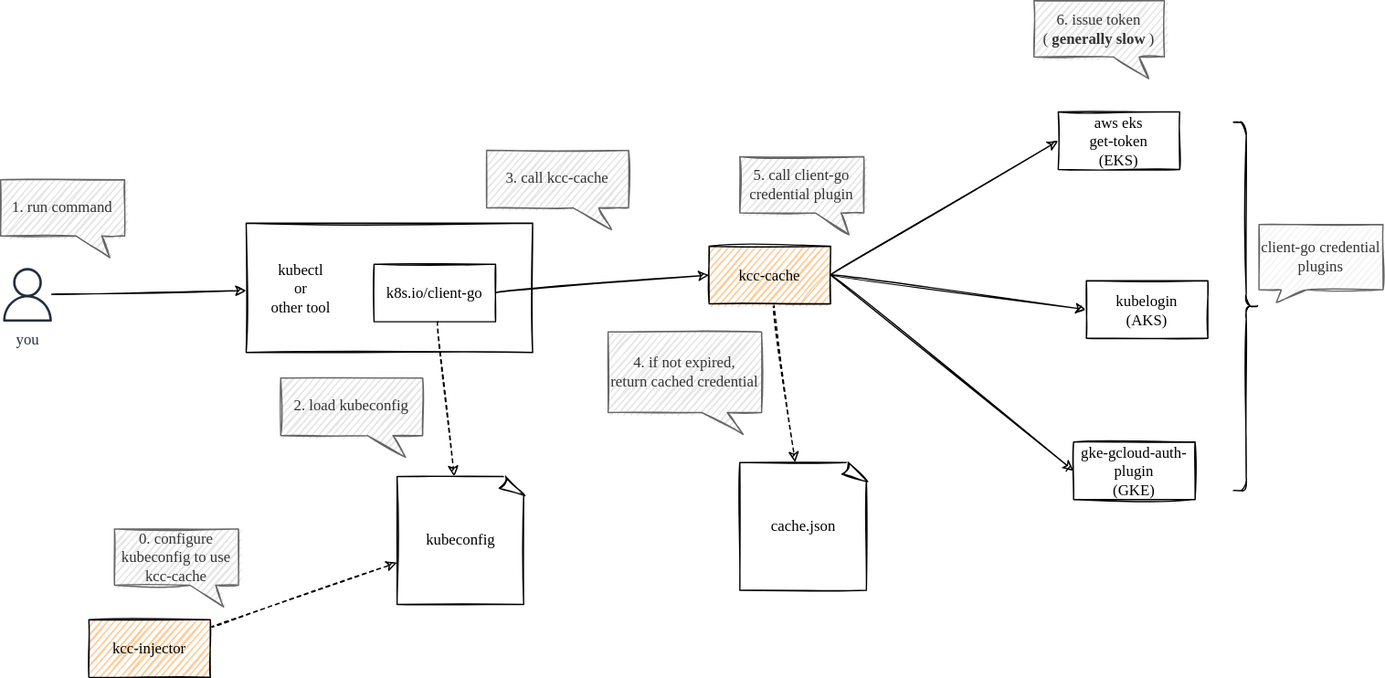
ryodocx/kube-credential-cache keeps this draw.io diagram as docs/summary.drawio.svg. Above is the earlier version. Source tidied: cells renumbered, new cells last; positions are measured from the earlier drawing's top-left corner, leaving out a move shared by most shapes. The source it was exported from:
```xml
<mxGraphModel background="#ffffff">
  <root>
    <mxCell id="0" />
    <mxCell id="1" parent="0" />
    <mxCell id="2" style="group;" parent="1" vertex="1">
      <mxGeometry x="192" y="174" width="224" height="101" as="geometry" />
    </mxCell>
    <mxCell id="3" style="rounded=0;whiteSpace=wrap;html=1;sketch=1;align=left;fontFamily=Comic Sans MS;" parent="2" vertex="1">
      <mxGeometry width="224" height="101" as="geometry" />
    </mxCell>
    <mxCell id="4" value="&lt;span style=&quot;font-size: 12px ; text-align: left&quot;&gt;&amp;nbsp; &amp;nbsp; &amp;nbsp;kubectl&lt;/span&gt;&lt;br style=&quot;font-size: 12px ; text-align: left&quot;&gt;&lt;span style=&quot;font-size: 12px ; text-align: left&quot;&gt;&amp;nbsp; &amp;nbsp; &amp;nbsp;or&lt;/span&gt;&lt;br style=&quot;font-size: 12px ; text-align: left&quot;&gt;&lt;span style=&quot;font-size: 12px ; text-align: left&quot;&gt;&amp;nbsp; &amp;nbsp; &amp;nbsp;other tool&lt;/span&gt;" style="text;html=1;strokeColor=none;fillColor=none;align=center;verticalAlign=middle;whiteSpace=wrap;rounded=0;sketch=1;fontFamily=Comic Sans MS;fontSize=12;fontColor=default;" parent="2" vertex="1">
      <mxGeometry y="24" width="86" height="53" as="geometry" />
    </mxCell>
    <mxCell id="5" style="edgeStyle=none;curved=1;sketch=1;html=1;entryX=0;entryY=0.5;entryDx=0;entryDy=0;exitX=1;exitY=0.5;exitDx=0;exitDy=0;fontFamily=Comic Sans MS;" parent="1" edge="1" source="9" target="13">
      <mxGeometry relative="1" as="geometry" />
    </mxCell>
    <mxCell id="6" style="edgeStyle=none;curved=1;sketch=1;html=1;entryX=0;entryY=0.5;entryDx=0;entryDy=0;exitX=1;exitY=0.5;exitDx=0;exitDy=0;fontFamily=Comic Sans MS;" parent="1" edge="1" source="9" target="15">
      <mxGeometry relative="1" as="geometry" />
    </mxCell>
    <mxCell id="7" style="edgeStyle=none;curved=1;sketch=1;html=1;entryX=0;entryY=0.5;entryDx=0;entryDy=0;exitX=1;exitY=0.5;exitDx=0;exitDy=0;fontFamily=Comic Sans MS;" parent="1" edge="1" source="9" target="14">
      <mxGeometry relative="1" as="geometry" />
    </mxCell>
    <mxCell id="8" style="edgeStyle=none;curved=1;sketch=1;html=1;fontFamily=Comic Sans MS;fontSize=12;fontColor=default;dashed=1;" parent="1" edge="1" source="9" target="20">
      <mxGeometry relative="1" as="geometry" />
    </mxCell>
    <mxCell id="9" value="kcc-cache" style="rounded=0;whiteSpace=wrap;html=1;sketch=1;fontFamily=Comic Sans MS;fillColor=#FFCC99;gradientColor=none;" parent="1" vertex="1">
      <mxGeometry x="554" y="192" width="95" height="45" as="geometry" />
    </mxCell>
    <mxCell id="10" style="edgeStyle=none;curved=1;sketch=1;html=1;entryX=0;entryY=0.5;entryDx=0;entryDy=0;exitX=1;exitY=0.5;exitDx=0;exitDy=0;fontFamily=Comic Sans MS;" parent="1" edge="1" source="12" target="9">
      <mxGeometry relative="1" as="geometry" />
    </mxCell>
    <mxCell id="11" style="edgeStyle=none;curved=1;sketch=1;html=1;fontFamily=Comic Sans MS;fontSize=12;fontColor=default;dashed=1;" parent="1" edge="1" source="12" target="16">
      <mxGeometry relative="1" as="geometry" />
    </mxCell>
    <mxCell id="12" value="k8s.io/client-go" style="rounded=0;whiteSpace=wrap;html=1;sketch=1;fontFamily=Comic Sans MS;" parent="1" vertex="1">
      <mxGeometry x="292" y="206" width="95" height="45" as="geometry" />
    </mxCell>
    <mxCell id="13" value="aws eks&lt;br&gt;get-token&lt;br&gt;(EKS)" style="rounded=0;whiteSpace=wrap;html=1;sketch=1;fontFamily=Comic Sans MS;" parent="1" vertex="1">
      <mxGeometry x="827" y="87" width="95" height="45" as="geometry" />
    </mxCell>
    <mxCell id="14" value="kubelogin&lt;br&gt;(AKS)" style="rounded=0;whiteSpace=wrap;html=1;sketch=1;fontFamily=Comic Sans MS;" parent="1" vertex="1">
      <mxGeometry x="849" y="219" width="95" height="45" as="geometry" />
    </mxCell>
    <mxCell id="15" value="gke-gcloud-auth-plugin&lt;br&gt;(GKE)" style="rounded=0;whiteSpace=wrap;html=1;sketch=1;fontFamily=Comic Sans MS;" parent="1" vertex="1">
      <mxGeometry x="839" y="345" width="95" height="45" as="geometry" />
    </mxCell>
    <mxCell id="16" value="kubeconfig" style="whiteSpace=wrap;html=1;shape=mxgraph.basic.document;sketch=1;fontFamily=Comic Sans MS;" parent="1" vertex="1">
      <mxGeometry x="310" y="372" width="100" height="100" as="geometry" />
    </mxCell>
    <mxCell id="17" style="edgeStyle=none;curved=1;sketch=1;html=1;fontFamily=Comic Sans MS;fontSize=12;fontColor=default;" parent="1" edge="1" source="18" target="3">
      <mxGeometry relative="1" as="geometry" />
    </mxCell>
    <mxCell id="18" value="you" style="sketch=0;outlineConnect=0;fontColor=#232F3E;gradientColor=none;fillColor=#232F3D;strokeColor=none;dashed=0;verticalLabelPosition=bottom;verticalAlign=top;align=center;html=1;fontSize=12;fontStyle=0;shape=mxgraph.aws4.user;rounded=0;fontFamily=Comic Sans MS;" parent="1" vertex="1">
      <mxGeometry y="209" width="42" height="42" as="geometry" />
    </mxCell>
    <mxCell id="19" value="4. if not expired,&lt;br&gt;return cached credential" style="shape=callout;whiteSpace=wrap;html=1;perimeter=calloutPerimeter;rounded=0;sketch=1;fontFamily=Comic Sans MS;fontSize=12;size=17;position=0.61;position2=0.88;base=20;fillColor=#E6E6E6;fontColor=#333333;strokeColor=#666666;" parent="1" vertex="1">
      <mxGeometry x="475" y="259" width="120" height="80" as="geometry" />
    </mxCell>
    <mxCell id="20" value="cache.json" style="whiteSpace=wrap;html=1;shape=mxgraph.basic.document;sketch=1;fontFamily=Comic Sans MS;" parent="1" vertex="1">
      <mxGeometry x="578" y="361" width="100" height="100" as="geometry" />
    </mxCell>
    <mxCell id="21" value="6. issue token&lt;br&gt;(&lt;b&gt;generally slow&lt;/b&gt;)" style="shape=callout;whiteSpace=wrap;html=1;perimeter=calloutPerimeter;rounded=0;sketch=1;fontFamily=Comic Sans MS;fontSize=12;size=17;position=0.61;position2=0.88;base=20;fillColor=#E6E6E6;fontColor=#333333;strokeColor=#666666;" parent="1" vertex="1">
      <mxGeometry x="808" width="102" height="61" as="geometry" />
    </mxCell>
    <mxCell id="22" value="5. call&amp;nbsp;client-go credential plugin" style="shape=callout;whiteSpace=wrap;html=1;perimeter=calloutPerimeter;rounded=0;sketch=1;fontFamily=Comic Sans MS;fontSize=12;size=17;position=0.61;position2=0.88;base=20;fillColor=#E6E6E6;fontColor=#333333;strokeColor=#666666;" parent="1" vertex="1">
      <mxGeometry x="578" y="122" width="97" height="61" as="geometry" />
    </mxCell>
    <mxCell id="23" value="1. run command" style="shape=callout;whiteSpace=wrap;html=1;perimeter=calloutPerimeter;rounded=0;sketch=1;fontFamily=Comic Sans MS;fontSize=12;size=17;position=0.61;position2=0.88;base=20;fillColor=#E6E6E6;fontColor=#333333;strokeColor=#666666;" parent="1" vertex="1">
      <mxGeometry y="140" width="97" height="61" as="geometry" />
    </mxCell>
    <mxCell id="24" value="2. load kubeconfig" style="shape=callout;whiteSpace=wrap;html=1;perimeter=calloutPerimeter;rounded=0;sketch=1;fontFamily=Comic Sans MS;fontSize=12;size=17;position=0.61;position2=0.88;base=20;fillColor=#E6E6E6;fontColor=#333333;strokeColor=#666666;" parent="1" vertex="1">
      <mxGeometry x="219" y="295" width="111" height="62" as="geometry" />
    </mxCell>
    <mxCell id="25" style="shape=curlyBracket;whiteSpace=wrap;html=1;rounded=1;flipH=1;sketch=1;fontFamily=Comic Sans MS;fontSize=12;fontColor=default;strokeColor=default;fillColor=#FFCC99;gradientColor=none;" parent="1" vertex="1">
      <mxGeometry x="964" y="95" width="20" height="288" as="geometry" />
    </mxCell>
    <mxCell id="26" value="client-go credential plugins" style="shape=callout;whiteSpace=wrap;html=1;perimeter=calloutPerimeter;rounded=0;sketch=1;fontFamily=Comic Sans MS;fontSize=12;size=10;position=0.18;position2=0.14;base=20;fillColor=#f5f5f5;fontColor=#333333;strokeColor=#666666;" parent="1" vertex="1">
      <mxGeometry x="984" y="175" width="97" height="61" as="geometry" />
    </mxCell>
    <mxCell id="27" value="3. call kcc-cache" style="shape=callout;whiteSpace=wrap;html=1;perimeter=calloutPerimeter;rounded=0;sketch=1;fontFamily=Comic Sans MS;fontSize=12;size=17;position=0.61;position2=0.88;base=20;fillColor=#E6E6E6;fontColor=#333333;strokeColor=#666666;" parent="1" vertex="1">
      <mxGeometry x="380" y="117" width="111" height="62" as="geometry" />
    </mxCell>
    <mxCell id="28" style="edgeStyle=none;curved=1;sketch=1;html=1;dashed=1;fontFamily=Comic Sans MS;fontSize=12;fontColor=default;" parent="1" edge="1" source="29" target="16">
      <mxGeometry relative="1" as="geometry" />
    </mxCell>
    <mxCell id="29" value="kcc-injector" style="rounded=0;whiteSpace=wrap;html=1;sketch=1;fontFamily=Comic Sans MS;fillColor=#FFCC99;gradientColor=none;" parent="1" vertex="1">
      <mxGeometry x="69" y="484" width="95" height="45" as="geometry" />
    </mxCell>
    <mxCell id="30" value="0. configure kubeconfig to use kcc-cache" style="shape=callout;whiteSpace=wrap;html=1;perimeter=calloutPerimeter;rounded=0;sketch=1;fontFamily=Comic Sans MS;fontSize=12;size=17;position=0.61;position2=0.88;base=20;fillColor=#E6E6E6;fontColor=#333333;strokeColor=#666666;" parent="1" vertex="1">
      <mxGeometry x="89" y="413" width="97" height="61" as="geometry" />
    </mxCell>
  </root>
</mxGraphModel>
```
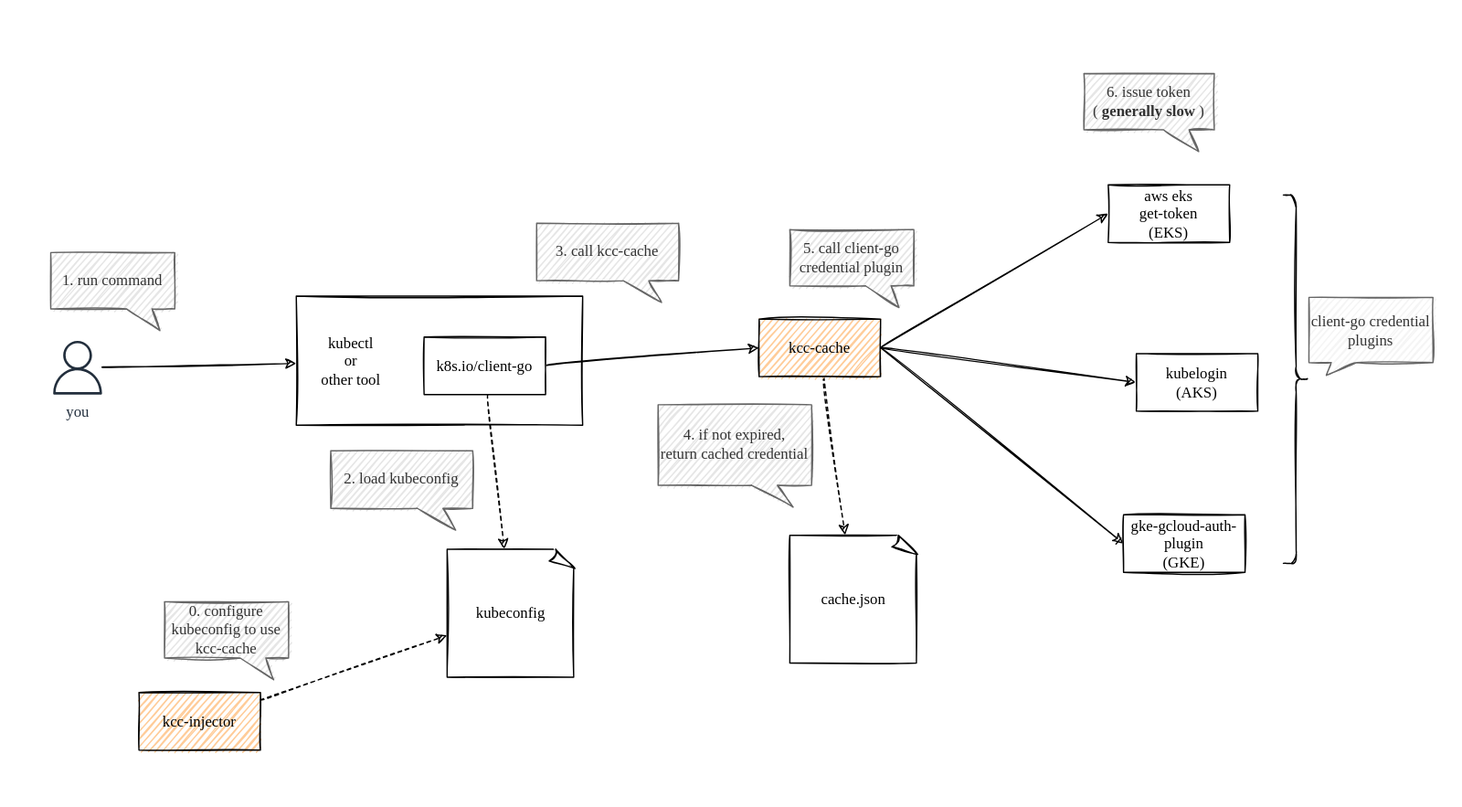
After the commit.

Change to the diagram source:
```diff
@@ -2,6 +2,9 @@
   <root>
     <mxCell id="0" />
     <mxCell id="1" parent="0" />
+    <mxCell id="31" style="rounded=0;whiteSpace=wrap;html=1;fillColor=none;strokeColor=none;" parent="1" vertex="1">
+      <mxGeometry x="-39" y="-57" width="1142" height="630" as="geometry" />
+    </mxCell>
     <mxCell id="2" style="group;" parent="1" vertex="1">
       <mxGeometry x="192" y="174" width="224" height="101" as="geometry" />
     </mxCell>
```
